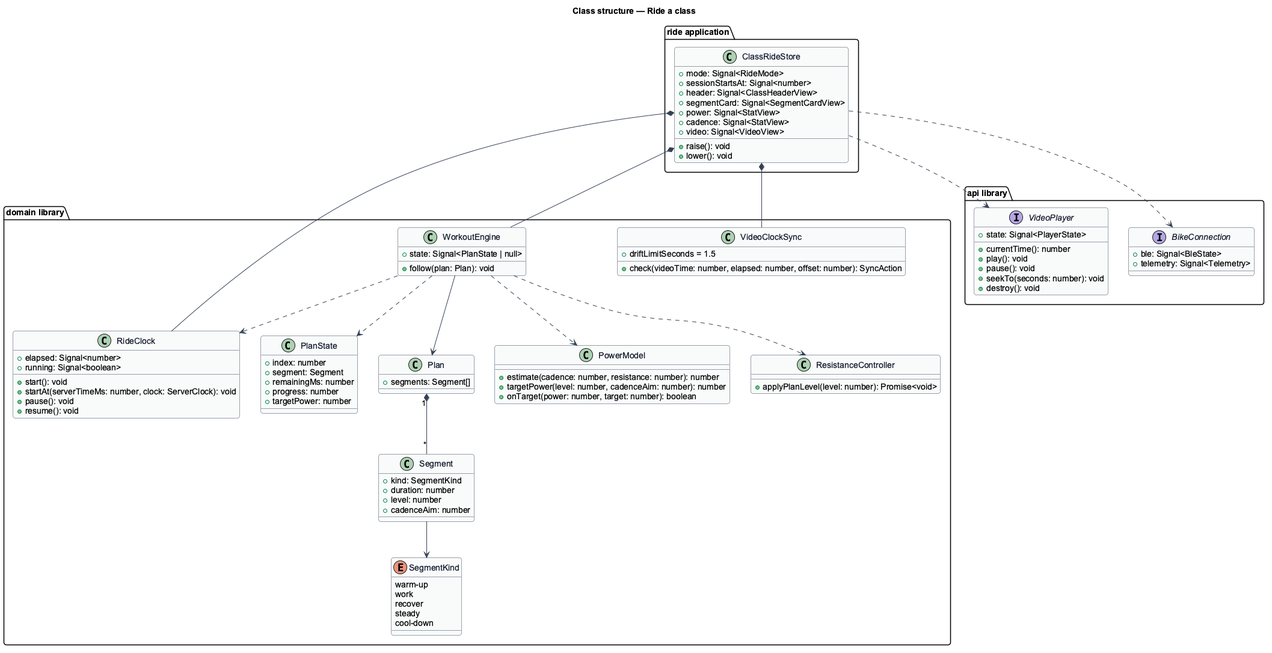
The PlantUML diagram docs/detailed-designs/classes/ride-a-class/diagrams/class-structure.png in QuinntyneBrown/ride-one, before a commit. Its diagram source:
```plantuml
@startuml
skinparam backgroundColor #FFFFFF
skinparam shadowing false
skinparam roundcorner 8
skinparam defaultFontName Arial
skinparam ArrowColor #344054
skinparam class {
  BorderColor #344054
  FontColor #101828
  BackgroundColor #F9FAFB
}
title Class structure — Ride a class

package "domain library" {
  class RideClock {
    +elapsed: Signal<number>
    +running: Signal<boolean>
    +start(): void
    +startAt(serverTimeMs: number, clock: ServerClock): void
    +pause(): void
    +resume(): void
  }
  class WorkoutEngine {
    +state: Signal<PlanState | null>
    +follow(plan: Plan): void
  }
  class PlanState {
    +index: number
    +segment: Segment
    +remainingMs: number
    +progress: number
    +targetPower: number
  }
  class Plan {
    +segments: Segment[]
  }
  class Segment {
    +kind: SegmentKind
    +duration: number
    +level: number
    +cadenceAim: number
  }
  enum SegmentKind {
    warm-up
    work
    recover
    steady
    cool-down
  }
  class PowerModel {
    +estimate(cadence: number, resistance: number): number
    +targetPower(level: number, cadenceAim: number): number
    +onTarget(power: number, target: number): boolean
  }
  class VideoClockSync {
    +driftLimitSeconds = 1.5
    +check(videoTime: number, elapsed: number, offset: number): SyncAction
  }
  class ResistanceController {
    +applyPlanLevel(level: number): Promise<void>
  }
}
package "api library" {
  interface VideoPlayer {
    +state: Signal<PlayerState>
    +currentTime(): number
    +play(): void
    +pause(): void
    +seekTo(seconds: number): void
    +destroy(): void
  }
  interface BikeConnection {
    +ble: Signal<BleState>
    +telemetry: Signal<Telemetry>
  }
}
package "ride application" {
  class ClassRideStore {
    +mode: Signal<RideMode>
    +sessionStartsAt: Signal<number>
    +header: Signal<ClassHeaderView>
    +segmentCard: Signal<SegmentCardView>
    +power: Signal<StatView>
    +cadence: Signal<StatView>
    +video: Signal<VideoView>
    +raise(): void
    +lower(): void
  }
}
ClassRideStore *-- WorkoutEngine
ClassRideStore *-- RideClock
ClassRideStore *-- VideoClockSync
ClassRideStore ..> VideoPlayer
ClassRideStore ..> BikeConnection
WorkoutEngine --> Plan
WorkoutEngine ..> PlanState
WorkoutEngine ..> RideClock
WorkoutEngine ..> PowerModel
WorkoutEngine ..> ResistanceController
Plan "1" *-- "*" Segment
Segment --> SegmentKind
@enduml
```
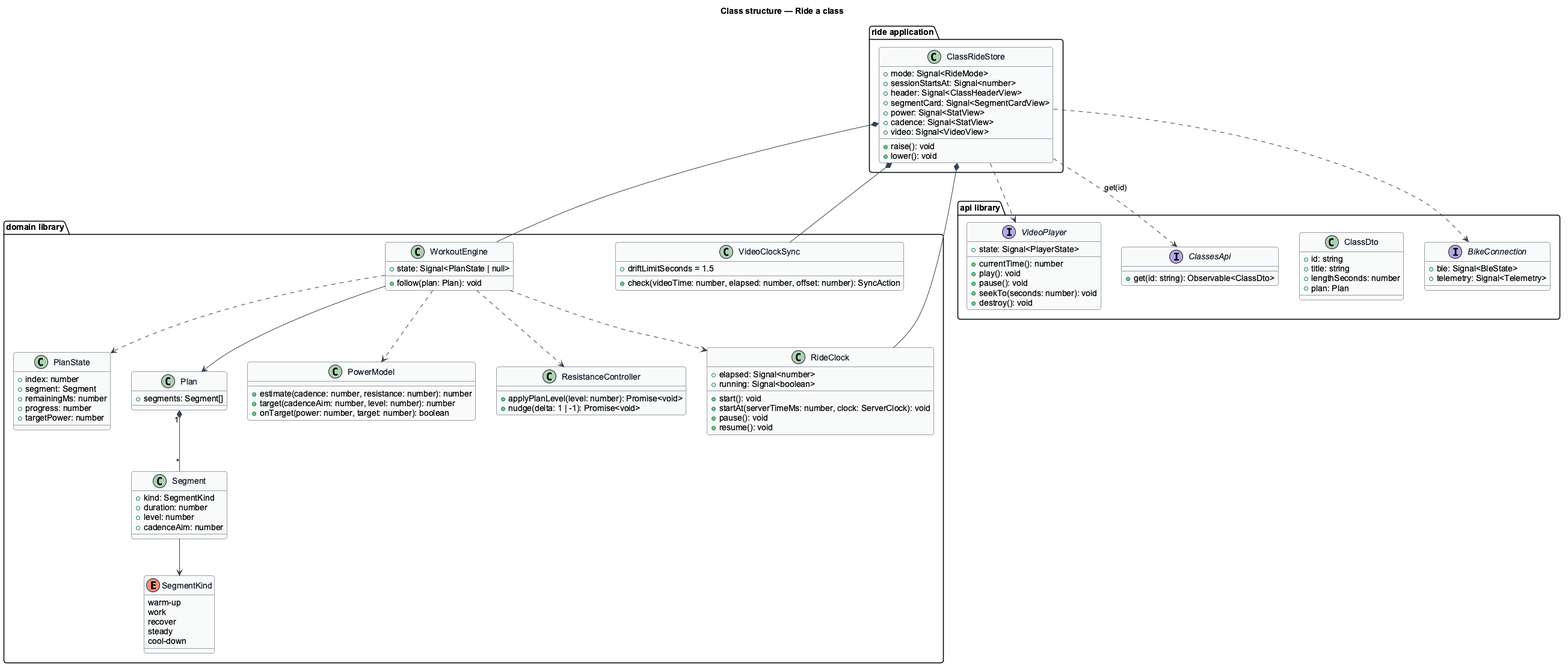
Above is the later version.

Commit message:
Align the class ride design with slice 5.2

Change to the diagram source:
```diff
@@ -49,7 +49,7 @@
   }
   class PowerModel {
     +estimate(cadence: number, resistance: number): number
-    +targetPower(level: number, cadenceAim: number): number
+    +target(cadenceAim: number, level: number): number
     +onTarget(power: number, target: number): boolean
   }
   class VideoClockSync {
@@ -58,6 +58,7 @@
   }
   class ResistanceController {
     +applyPlanLevel(level: number): Promise<void>
+    +nudge(delta: 1 | -1): Promise<void>
   }
 }
 package "api library" {
@@ -68,6 +69,15 @@
     +pause(): void
     +seekTo(seconds: number): void
     +destroy(): void
+  }
+  interface ClassesApi {
+    +get(id: string): Observable<ClassDto>
+  }
+  class ClassDto {
+    +id: string
+    +title: string
+    +lengthSeconds: number
+    +plan: Plan
   }
   interface BikeConnection {
     +ble: Signal<BleState>
@@ -92,6 +102,7 @@
 ClassRideStore *-- VideoClockSync
 ClassRideStore ..> VideoPlayer
 ClassRideStore ..> BikeConnection
+ClassRideStore ..> ClassesApi : get(id)
 WorkoutEngine --> Plan
 WorkoutEngine ..> PlanState
 WorkoutEngine ..> RideClock
```
